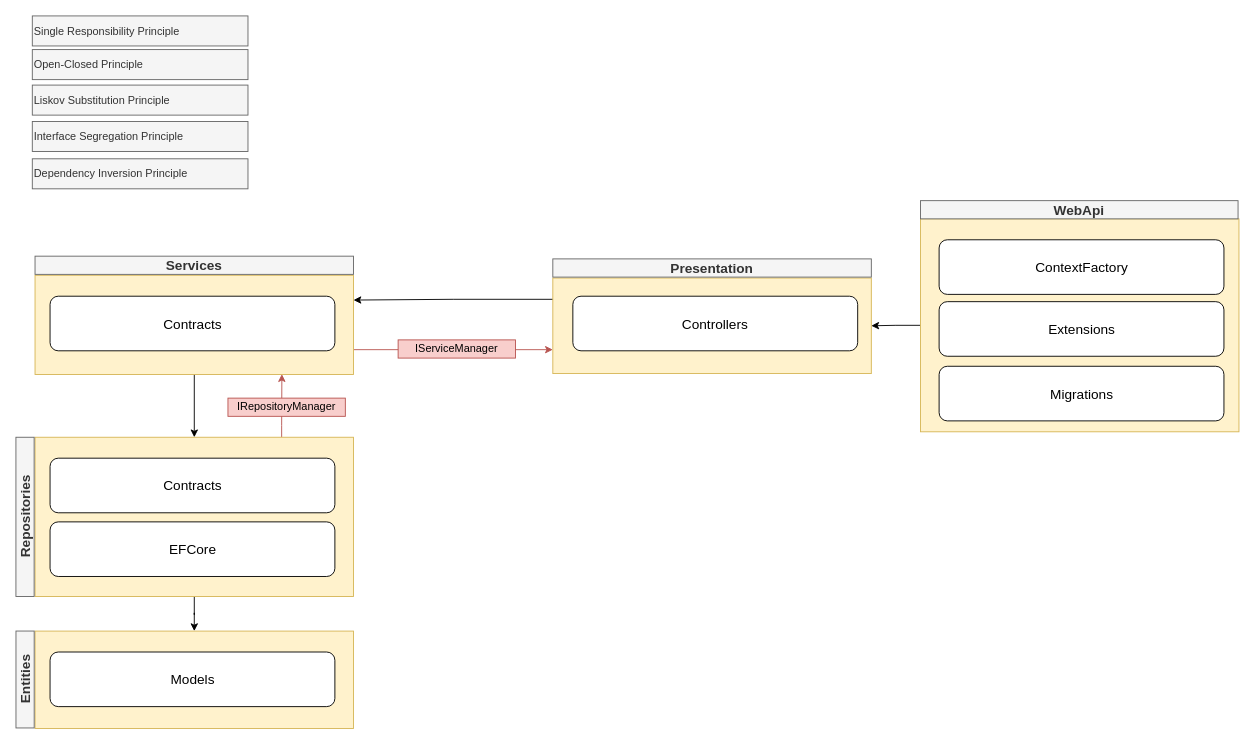
The draw.io diagram drawing.drawio in TopGuru777/BTK-Akademi-ASPNET-Core-Web-Api, before the edit. Source tidied: cells renumbered, new cells numbered last; positions are measured from the earlier drawing's top-left corner, leaving out a move shared by most shapes. Both pictures are drawn from the tidied source at 91%, with x=0, y=0 at pixel (-56, 15).
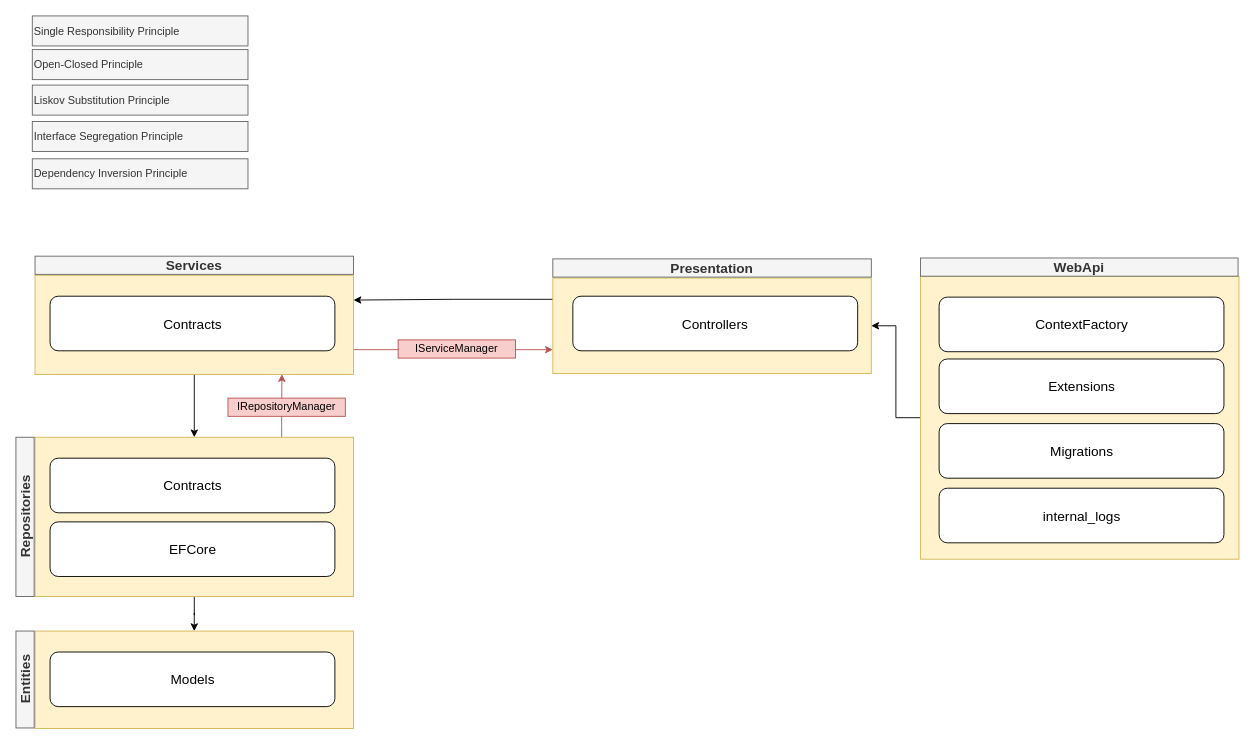
After the change.

The edit, as a diff of the source:
```diff
@@
     <mxCell id="3" style="rounded=1;whiteSpace=wrap;html=1;fillColor=#fff2cc;strokeColor=#d6b656;arcSize=0;" parent="1" vertex="1">
-      <mxGeometry x="1072" y="223" width="350" height="234" as="geometry" />
+      <mxGeometry x="1072" y="286" width="350" height="311" as="geometry" />
     </mxCell>
     <mxCell id="4" value="Migrations" style="rounded=1;whiteSpace=wrap;html=1;fontSize=15;" parent="1" vertex="1">
-      <mxGeometry x="1092.5" y="385" width="313" height="60" as="geometry" />
+      <mxGeometry x="1092.5" y="448" width="313" height="60" as="geometry" />
     </mxCell>
@@
     <mxCell id="7" value="WebApi" style="text;html=1;strokeColor=#666666;fillColor=#f5f5f5;align=center;verticalAlign=middle;whiteSpace=wrap;rounded=0;fontSize=15;fontStyle=1;fontColor=#333333;" parent="1" vertex="1">
-      <mxGeometry x="1072" y="203" width="349" height="20" as="geometry" />
+      <mxGeometry x="1072" y="266" width="349" height="20" as="geometry" />
     </mxCell>
@@
     <mxCell id="23" value="Extensions" style="rounded=1;whiteSpace=wrap;html=1;fontSize=15;" parent="1" vertex="1">
-      <mxGeometry x="1092.5" y="314" width="313" height="60" as="geometry" />
+      <mxGeometry x="1092.5" y="377" width="313" height="60" as="geometry" />
     </mxCell>
     <mxCell id="24" value="ContextFactory" style="rounded=1;whiteSpace=wrap;html=1;fontSize=15;" parent="1" vertex="1">
-      <mxGeometry x="1092.5" y="246" width="313" height="60" as="geometry" />
+      <mxGeometry x="1092.5" y="309" width="313" height="60" as="geometry" />
     </mxCell>
@@
+    <mxCell id="34" value="internal_logs" style="rounded=1;whiteSpace=wrap;html=1;fontSize=15;" parent="1" vertex="1">
+      <mxGeometry x="1092.5" y="519" width="313" height="60" as="geometry" />
+    </mxCell>
```
